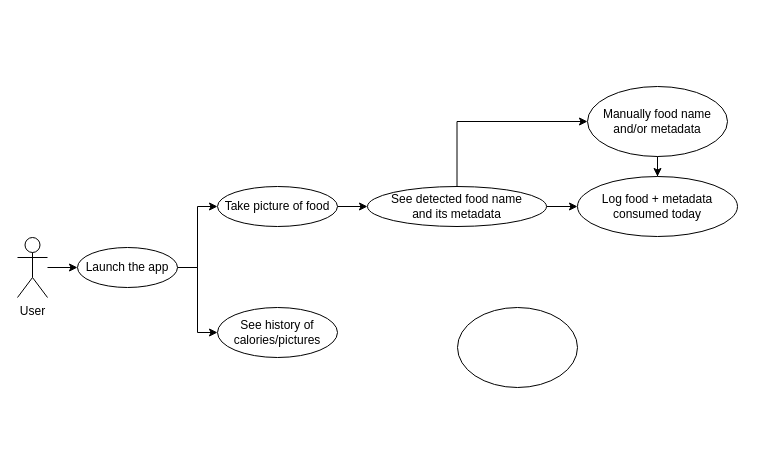
Earlier version of the draw.io diagram Use Case Diagrams/CV Calories v1.0.drawio (jonechong/calories-cv). Source tidied: cells renumbered, new cells numbered last; positions are measured from the earlier drawing's top-left corner, leaving out a move shared by most shapes. Both pictures are drawn from the tidied source at 100%, with x=0, y=0 at pixel (17, 86).
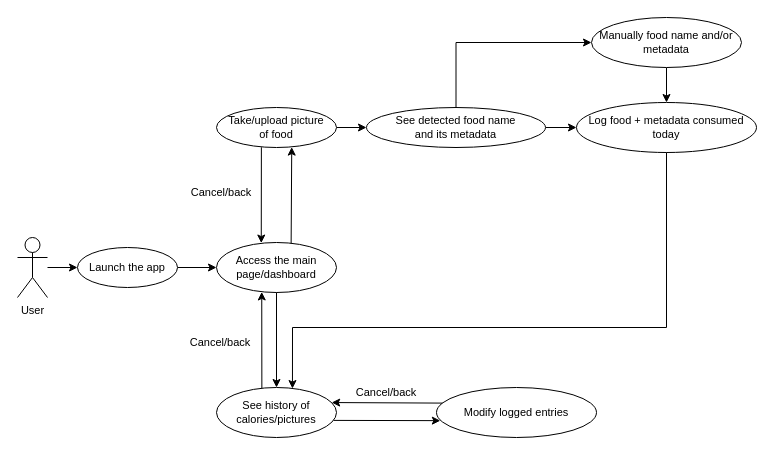
Above is the later version.

Change to the diagram source:
```diff
@@
-    <mxCell id="2" style="edgeStyle=orthogonalEdgeStyle;rounded=0;jettySize=auto;html=1;entryX=0;entryY=0.5;entryDx=0;entryDy=0;" parent="1" edge="1" source="3" target="6">
+    <mxCell id="2" style="edgeStyle=orthogonalEdgeStyle;rounded=0;jettySize=auto;html=1;entryX=0;entryY=0.5;entryDx=0;entryDy=0;fontSize=11;" parent="1" edge="1" source="3" target="6">
       <mxGeometry relative="1" as="geometry" />
     </mxCell>
-    <mxCell id="3" value="User" style="shape=umlActor;verticalLabelPosition=bottom;verticalAlign=top;html=1;outlineConnect=0;" parent="1" vertex="1">
+    <mxCell id="3" value="User" style="shape=umlActor;verticalLabelPosition=bottom;verticalAlign=top;html=1;outlineConnect=0;fontSize=11;" parent="1" vertex="1">
       <mxGeometry y="151" width="30" height="60" as="geometry" />
     </mxCell>
-    <mxCell id="4" style="edgeStyle=orthogonalEdgeStyle;rounded=0;jettySize=auto;html=1;entryX=0;entryY=0.5;entryDx=0;entryDy=0;" parent="1" edge="1" source="6" target="9">
-      <mxGeometry relative="1" as="geometry" />
-    </mxCell>
-    <mxCell id="5" style="edgeStyle=orthogonalEdgeStyle;rounded=0;jettySize=auto;html=1;entryX=0;entryY=0.5;entryDx=0;entryDy=0;" parent="1" edge="1" source="6" target="8">
-      <mxGeometry relative="1" as="geometry" />
-    </mxCell>
+    <mxCell id="17" style="edgeStyle=orthogonalEdgeStyle;rounded=0;jettySize=auto;html=1;entryX=0;entryY=0.5;entryDx=0;entryDy=0;fontSize=11;" parent="1" edge="1" source="6" target="18">
+      <mxGeometry relative="1" as="geometry" />
+    </mxCell>
-    <mxCell id="6" value="Launch the app" style="ellipse;whiteSpace=wrap;html=1;" parent="1" vertex="1">
+    <mxCell id="6" value="Launch the app" style="ellipse;whiteSpace=wrap;html=1;fontSize=11;" parent="1" vertex="1">
       <mxGeometry x="60" y="161" width="100" height="40" as="geometry" />
     </mxCell>
-    <mxCell id="7" style="edgeStyle=orthogonalEdgeStyle;rounded=0;jettySize=auto;html=1;entryX=0;entryY=0.5;entryDx=0;entryDy=0;" parent="1" edge="1" source="8" target="12">
+    <mxCell id="7" style="edgeStyle=orthogonalEdgeStyle;rounded=0;jettySize=auto;html=1;entryX=0;entryY=0.5;entryDx=0;entryDy=0;fontSize=11;" parent="1" edge="1" source="8" target="12">
       <mxGeometry relative="1" as="geometry" />
     </mxCell>
-    <mxCell id="8" value="Take picture of food" style="ellipse;whiteSpace=wrap;html=1;" parent="1" vertex="1">
-      <mxGeometry x="200" y="100" width="120" height="40" as="geometry" />
+    <mxCell id="8" value="Take/upload picture &lt;br&gt;of food" style="ellipse;whiteSpace=wrap;html=1;fontSize=11;" parent="1" vertex="1">
+      <mxGeometry x="199" y="21" width="120" height="40" as="geometry" />
     </mxCell>
-    <mxCell id="9" value="See history of calories/pictures" style="ellipse;whiteSpace=wrap;html=1;" parent="1" vertex="1">
-      <mxGeometry x="200" y="221" width="120" height="50" as="geometry" />
+    <mxCell id="9" value="See history of calories/pictures" style="ellipse;whiteSpace=wrap;html=1;fontSize=11;" parent="1" vertex="1">
+      <mxGeometry x="199" y="301" width="120" height="50" as="geometry" />
     </mxCell>
-    <mxCell id="10" style="edgeStyle=orthogonalEdgeStyle;rounded=0;jettySize=auto;html=1;entryX=0;entryY=0.5;entryDx=0;entryDy=0;" parent="1" edge="1" source="12" target="14">
+    <mxCell id="10" style="edgeStyle=orthogonalEdgeStyle;rounded=0;jettySize=auto;html=1;entryX=0;entryY=0.5;entryDx=0;entryDy=0;fontSize=11;" parent="1" edge="1" source="12" target="14">
       <mxGeometry relative="1" as="geometry">
         <Array as="points">
-          <mxPoint x="440" y="35" />
+          <mxPoint x="439" y="-44" />
         </Array>
       </mxGeometry>
     </mxCell>
-    <mxCell id="11" style="edgeStyle=orthogonalEdgeStyle;rounded=0;jettySize=auto;html=1;entryX=0;entryY=0.5;entryDx=0;entryDy=0;" parent="1" edge="1" source="12" target="15">
+    <mxCell id="11" style="edgeStyle=orthogonalEdgeStyle;rounded=0;jettySize=auto;html=1;entryX=0;entryY=0.5;entryDx=0;entryDy=0;fontSize=11;" parent="1" edge="1" source="12" target="15">
       <mxGeometry relative="1" as="geometry" />
     </mxCell>
-    <mxCell id="12" value="See detected food name &lt;br&gt;and its metadata" style="ellipse;whiteSpace=wrap;html=1;" parent="1" vertex="1">
-      <mxGeometry x="350" y="100" width="179" height="40" as="geometry" />
+    <mxCell id="12" value="See detected food name &lt;br style=&quot;font-size: 11px;&quot;&gt;and its metadata" style="ellipse;whiteSpace=wrap;html=1;fontSize=11;" parent="1" vertex="1">
+      <mxGeometry x="349" y="21" width="179" height="40" as="geometry" />
     </mxCell>
@@
-    <mxCell id="14" value="Manually food name and/or metadata" style="ellipse;whiteSpace=wrap;html=1;" parent="1" vertex="1">
-      <mxGeometry x="570" width="140" height="70" as="geometry" />
+    <mxCell id="14" value="Manually food name and/or metadata" style="ellipse;whiteSpace=wrap;html=1;fontSize=11;" parent="1" vertex="1">
+      <mxGeometry x="574" y="-69" width="150" height="50" as="geometry" />
     </mxCell>
-    <mxCell id="15" value="Log food + metadata consumed today" style="ellipse;whiteSpace=wrap;html=1;" parent="1" vertex="1">
-      <mxGeometry x="560" y="90" width="160" height="60" as="geometry" />
+    <mxCell id="15" value="Log food + metadata consumed today" style="ellipse;whiteSpace=wrap;html=1;fontSize=11;" parent="1" vertex="1">
+      <mxGeometry x="559" y="16" width="180" height="50" as="geometry" />
     </mxCell>
-    <mxCell id="16" style="ellipse;whiteSpace=wrap;html=1;" parent="1" vertex="1">
-      <mxGeometry x="440" y="221" width="120" height="80" as="geometry" />
+    <mxCell id="16" value="Modify logged entries" style="ellipse;whiteSpace=wrap;html=1;fontSize=11;" parent="1" vertex="1">
+      <mxGeometry x="419" y="301" width="160" height="50" as="geometry" />
     </mxCell>
+    <mxCell id="18" value="Access the main page/dashboard" style="ellipse;whiteSpace=wrap;html=1;fontSize=11;" parent="1" vertex="1">
+      <mxGeometry x="199" y="156" width="120" height="50" as="geometry" />
+    </mxCell>
+    <mxCell id="19" style="endArrow=classic;html=1;rounded=0;exitX=0.622;exitY=0.019;exitDx=0;exitDy=0;entryX=0.627;entryY=0.99;entryDx=0;entryDy=0;exitPerimeter=0;entryPerimeter=0;fontSize=11;" parent="1" edge="1" source="18" target="8">
+      <mxGeometry relative="1" as="geometry" />
+    </mxCell>
+    <mxCell id="20" style="endArrow=classic;html=1;rounded=0;exitX=0.374;exitY=0.994;exitDx=0;exitDy=0;entryX=0.373;entryY=0.011;entryDx=0;entryDy=0;exitPerimeter=0;entryPerimeter=0;fontSize=11;" parent="1" edge="1" source="8" target="18">
+      <mxGeometry relative="1" as="geometry" />
+    </mxCell>
+    <mxCell id="21" value="Cancel/back" style="text;html=1;strokeColor=none;fillColor=none;align=center;verticalAlign=middle;whiteSpace=wrap;rounded=0;fontSize=11;" parent="1" vertex="1">
+      <mxGeometry x="179" y="101" width="50" height="9" as="geometry" />
+    </mxCell>
+    <mxCell id="22" style="endArrow=classic;html=1;rounded=0;exitX=0.5;exitY=1;exitDx=0;exitDy=0;entryX=0.5;entryY=0;entryDx=0;entryDy=0;fontSize=11;" parent="1" edge="1" source="18" target="9">
+      <mxGeometry relative="1" as="geometry" />
+    </mxCell>
+    <mxCell id="23" style="endArrow=classic;html=1;rounded=0;exitX=0.378;exitY=0.013;exitDx=0;exitDy=0;entryX=0.377;entryY=0.989;entryDx=0;entryDy=0;exitPerimeter=0;entryPerimeter=0;fontSize=11;" parent="1" edge="1" source="9" target="18">
+      <mxGeometry relative="1" as="geometry" />
+    </mxCell>
+    <mxCell id="24" value="Cancel/back" style="text;html=1;strokeColor=none;fillColor=none;align=center;verticalAlign=middle;whiteSpace=wrap;rounded=0;fontSize=11;" parent="1" vertex="1">
+      <mxGeometry x="179" y="251" width="48" height="10" as="geometry" />
+    </mxCell>
+    <mxCell id="25" style="endArrow=classic;html=1;rounded=0;exitX=0.038;exitY=0.312;exitDx=0;exitDy=0;exitPerimeter=0;entryX=0.96;entryY=0.301;entryDx=0;entryDy=0;entryPerimeter=0;fontSize=11;" parent="1" edge="1" source="16" target="9">
+      <mxGeometry relative="1" as="geometry" />
+    </mxCell>
+    <mxCell id="26" style="endArrow=classic;html=1;rounded=0;exitX=0.976;exitY=0.658;exitDx=0;exitDy=0;exitPerimeter=0;entryX=0.024;entryY=0.663;entryDx=0;entryDy=0;entryPerimeter=0;fontSize=11;" parent="1" edge="1" source="9" target="16">
+      <mxGeometry relative="1" as="geometry" />
+    </mxCell>
+    <mxCell id="27" value="Cancel/back" style="text;html=1;strokeColor=none;fillColor=none;align=center;verticalAlign=middle;whiteSpace=wrap;rounded=0;fontSize=11;" parent="1" vertex="1">
+      <mxGeometry x="339" y="291" width="60" height="30" as="geometry" />
+    </mxCell>
+    <mxCell id="28" style="endArrow=classic;html=1;rounded=0;exitX=0.5;exitY=1;exitDx=0;exitDy=0;entryX=0.633;entryY=0.021;entryDx=0;entryDy=0;entryPerimeter=0;fontSize=11;" parent="1" edge="1" source="15" target="9">
+      <mxGeometry relative="1" as="geometry">
+        <Array as="points">
+          <mxPoint x="649" y="241" />
+          <mxPoint x="275" y="241" />
+        </Array>
+      </mxGeometry>
+    </mxCell>
```
